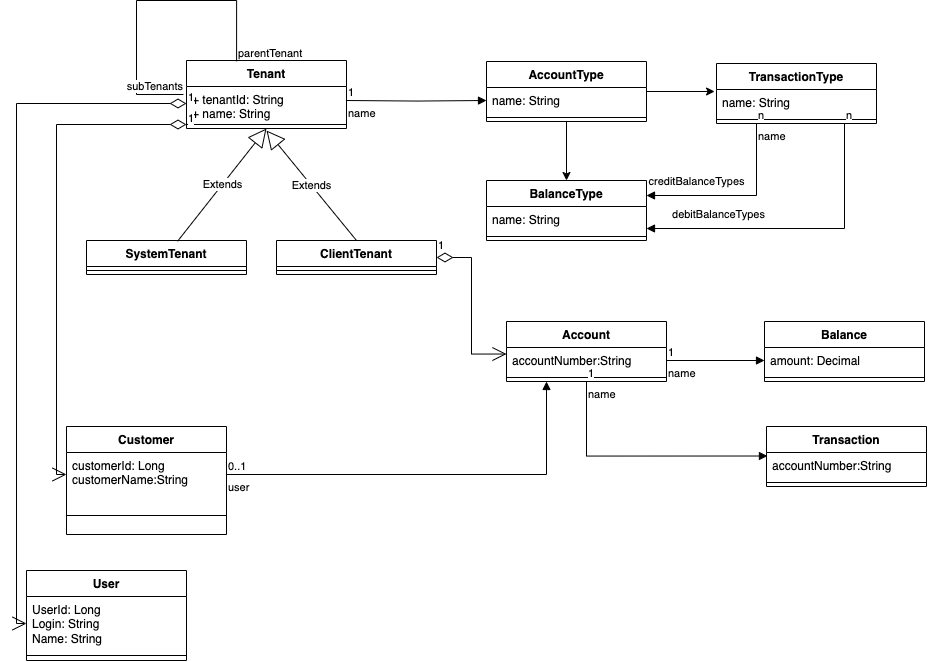
Above: TransactR-Domain model.png in FreeSideNomad/Architecture (draw.io), before the change. Source tidied: cells renumbered, new cells last; positions are measured from the earlier drawing's top-left corner, leaving out a move shared by most shapes.
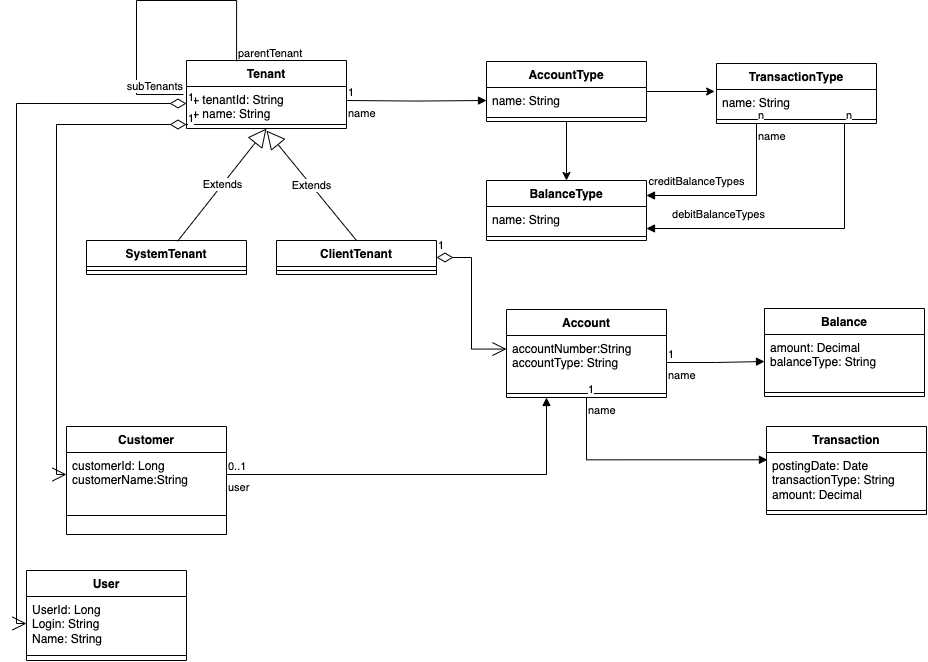
After the commit.

Change to the diagram source:
```diff
@@ -59,25 +59,25 @@
       <mxGeometry x="-1" y="3" relative="1" as="geometry" />
     </mxCell>
     <mxCell id="18" value="Account" style="swimlane;fontStyle=1;align=center;verticalAlign=top;horizontal=1;startSize=26;whiteSpace=wrap;html=1;" parent="1" vertex="1">
-      <mxGeometry x="480" y="321" width="160" height="60" as="geometry" />
+      <mxGeometry x="480" y="309" width="160" height="88" as="geometry" />
     </mxCell>
-    <mxCell id="19" value="accountNumber:String" style="text;strokeColor=none;fillColor=none;align=left;verticalAlign=top;spacingLeft=4;spacingRight=4;overflow=hidden;points=[[0,0.5],[1,0.5]];portConstraint=eastwest;whiteSpace=wrap;html=1;" parent="18" vertex="1">
-      <mxGeometry y="26" width="160" height="26" as="geometry" />
+    <mxCell id="19" value="accountNumber:String&lt;div&gt;accountType: String&lt;/div&gt;" style="text;strokeColor=none;fillColor=none;align=left;verticalAlign=top;spacingLeft=4;spacingRight=4;overflow=hidden;points=[[0,0.5],[1,0.5]];portConstraint=eastwest;whiteSpace=wrap;html=1;" parent="18" vertex="1">
+      <mxGeometry y="26" width="160" height="54" as="geometry" />
     </mxCell>
     <mxCell id="20" style="line;strokeWidth=1;fillColor=none;align=left;verticalAlign=middle;spacingTop=-1;spacingLeft=3;spacingRight=3;labelPosition=right;strokeColor=inherit;" parent="18" vertex="1">
-      <mxGeometry y="52" width="160" height="8" as="geometry" />
+      <mxGeometry y="80" width="160" height="8" as="geometry" />
     </mxCell>
     <mxCell id="21" value="1" style="endArrow=open;html=1;endSize=12;startArrow=diamondThin;startSize=14;startFill=0;edgeStyle=orthogonalEdgeStyle;align=left;verticalAlign=bottom;rounded=0;exitX=1;exitY=0.5;exitDx=0;exitDy=0;entryX=0;entryY=0.251;entryDx=0;entryDy=0;entryPerimeter=0;" parent="1" edge="1" source="11" target="19">
       <mxGeometry x="-1" y="3" relative="1" as="geometry" />
     </mxCell>
     <mxCell id="22" value="Balance" style="swimlane;fontStyle=1;align=center;verticalAlign=top;horizontal=1;startSize=26;whiteSpace=wrap;html=1;" parent="1" vertex="1">
-      <mxGeometry x="738" y="321" width="160" height="60" as="geometry" />
+      <mxGeometry x="738" y="308" width="160" height="88" as="geometry" />
     </mxCell>
-    <mxCell id="23" value="amount: Decimal" style="text;strokeColor=none;fillColor=none;align=left;verticalAlign=top;spacingLeft=4;spacingRight=4;overflow=hidden;points=[[0,0.5],[1,0.5]];portConstraint=eastwest;whiteSpace=wrap;html=1;" parent="22" vertex="1">
-      <mxGeometry y="26" width="160" height="26" as="geometry" />
+    <mxCell id="23" value="amount: Decimal&lt;div&gt;balanceType: String&lt;/div&gt;" style="text;strokeColor=none;fillColor=none;align=left;verticalAlign=top;spacingLeft=4;spacingRight=4;overflow=hidden;points=[[0,0.5],[1,0.5]];portConstraint=eastwest;whiteSpace=wrap;html=1;" parent="22" vertex="1">
+      <mxGeometry y="26" width="160" height="54" as="geometry" />
     </mxCell>
     <mxCell id="24" style="line;strokeWidth=1;fillColor=none;align=left;verticalAlign=middle;spacingTop=-1;spacingLeft=3;spacingRight=3;labelPosition=right;strokeColor=inherit;" parent="22" vertex="1">
-      <mxGeometry y="52" width="160" height="8" as="geometry" />
+      <mxGeometry y="80" width="160" height="8" as="geometry" />
     </mxCell>
     <mxCell id="25" value="name" style="endArrow=block;endFill=1;html=1;edgeStyle=orthogonalEdgeStyle;align=left;verticalAlign=top;rounded=0;exitX=1;exitY=0.5;exitDx=0;exitDy=0;" parent="1" edge="1" source="19" target="23">
       <mxGeometry x="-1" relative="1" as="geometry" />
@@ -86,13 +86,13 @@
       <mxGeometry x="-1" relative="1" as="geometry" />
     </mxCell>
     <mxCell id="27" value="Transaction" style="swimlane;fontStyle=1;align=center;verticalAlign=top;horizontal=1;startSize=26;whiteSpace=wrap;html=1;" parent="1" vertex="1">
-      <mxGeometry x="740" y="426" width="160" height="60" as="geometry" />
+      <mxGeometry x="740" y="426" width="160" height="88" as="geometry" />
     </mxCell>
-    <mxCell id="28" value="accountNumber:String" style="text;strokeColor=none;fillColor=none;align=left;verticalAlign=top;spacingLeft=4;spacingRight=4;overflow=hidden;points=[[0,0.5],[1,0.5]];portConstraint=eastwest;whiteSpace=wrap;html=1;" parent="27" vertex="1">
-      <mxGeometry y="26" width="160" height="26" as="geometry" />
+    <mxCell id="28" value="postingDate: Date&lt;div&gt;transactionType: String&lt;br&gt;amount: Decimal&lt;/div&gt;" style="text;strokeColor=none;fillColor=none;align=left;verticalAlign=top;spacingLeft=4;spacingRight=4;overflow=hidden;points=[[0,0.5],[1,0.5]];portConstraint=eastwest;whiteSpace=wrap;html=1;" parent="27" vertex="1">
+      <mxGeometry y="26" width="160" height="54" as="geometry" />
     </mxCell>
     <mxCell id="29" style="line;strokeWidth=1;fillColor=none;align=left;verticalAlign=middle;spacingTop=-1;spacingLeft=3;spacingRight=3;labelPosition=right;strokeColor=inherit;" parent="27" vertex="1">
-      <mxGeometry y="52" width="160" height="8" as="geometry" />
+      <mxGeometry y="80" width="160" height="8" as="geometry" />
     </mxCell>
     <mxCell id="30" value="name" style="endArrow=block;endFill=1;html=1;edgeStyle=orthogonalEdgeStyle;align=left;verticalAlign=top;rounded=0;exitX=0.5;exitY=1;exitDx=0;exitDy=0;entryX=0.006;entryY=0.135;entryDx=0;entryDy=0;entryPerimeter=0;" parent="1" edge="1" source="18" target="28">
       <mxGeometry x="-1" relative="1" as="geometry" />
```
